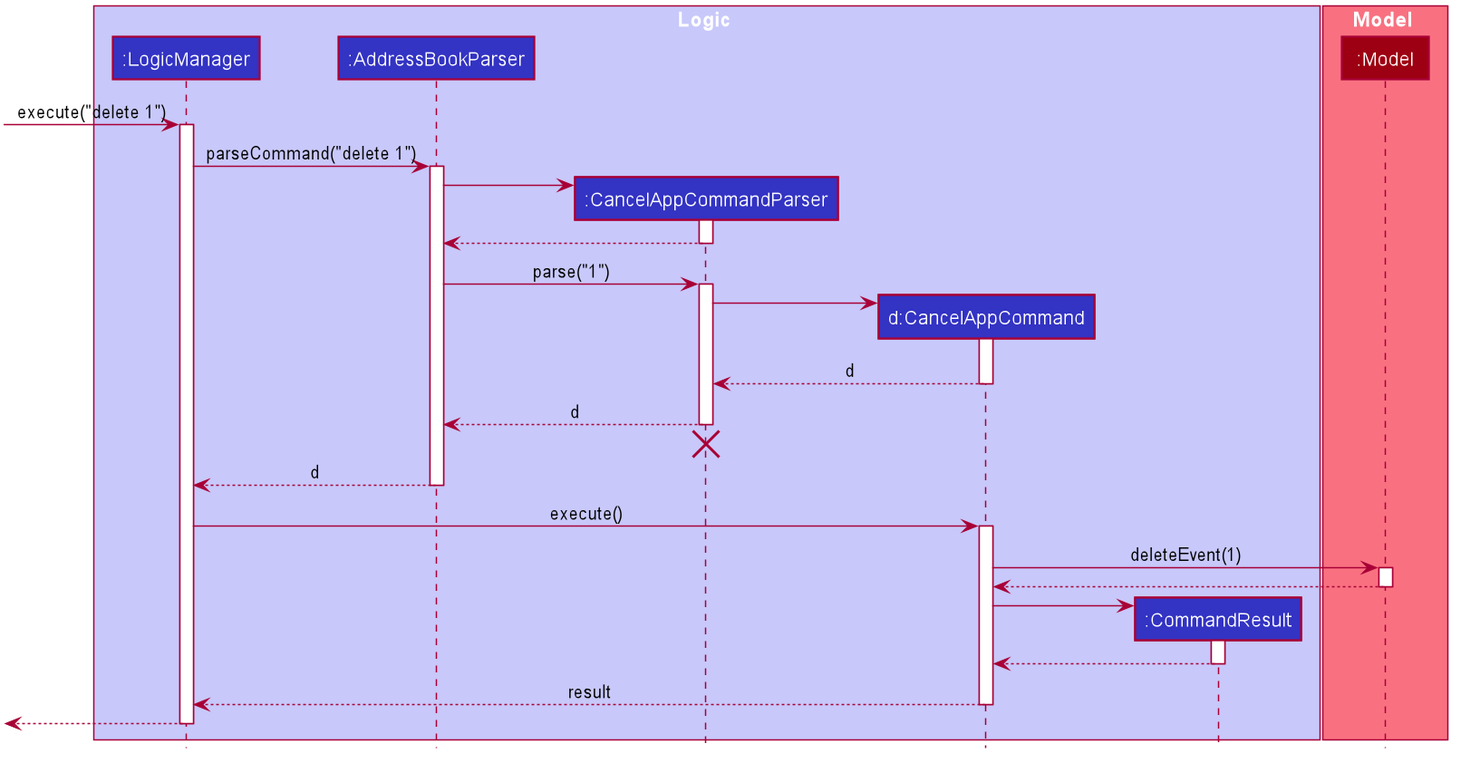
Before: docs/images/CancelAppointmentSequenceDiagram.png, a diagram exported from PlantUML (nus-cs2103-AY1920S1/addressbook-level3).
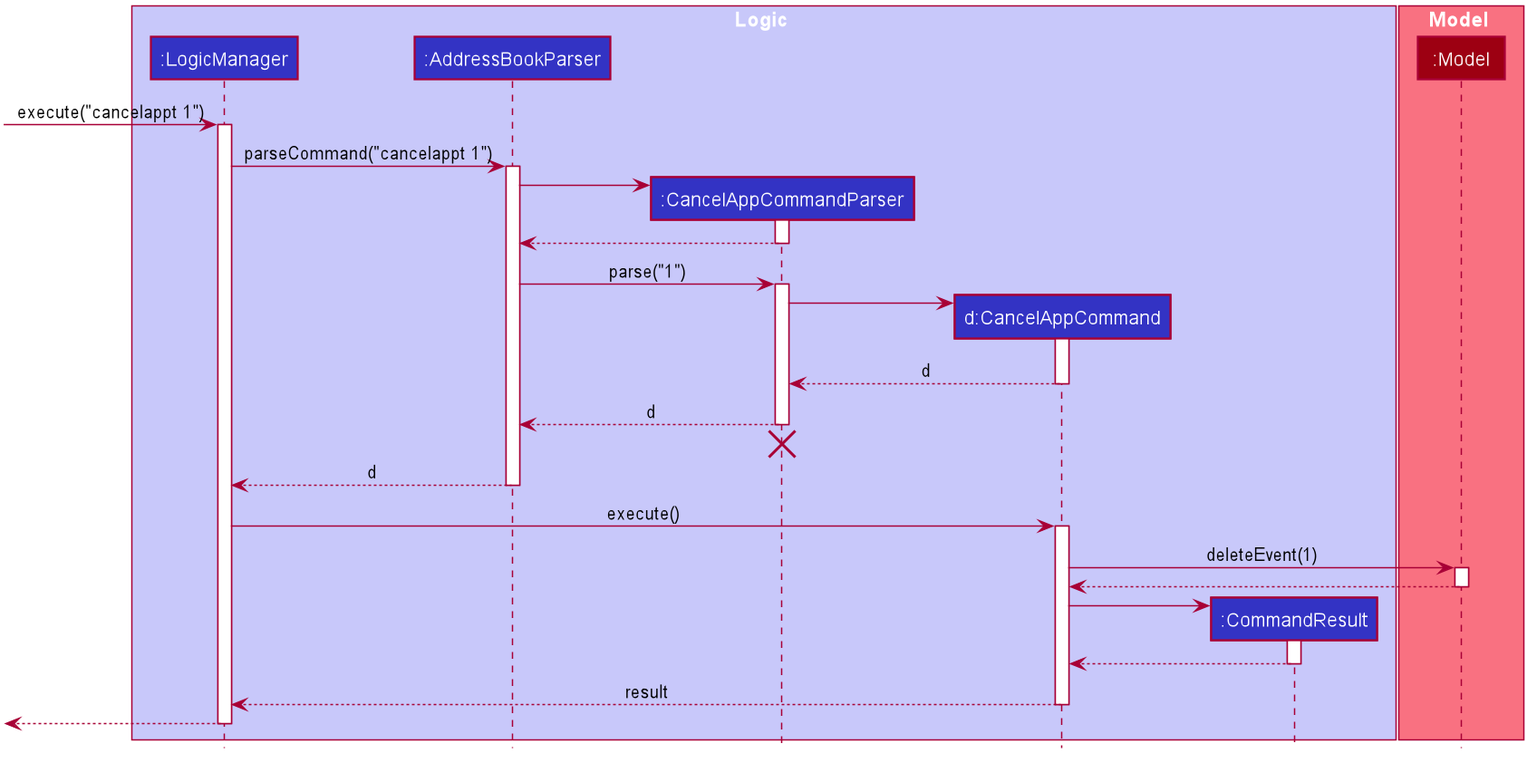
Above is the later version.

Change to the diagram source:
```diff
@@ -60,10 +60,10 @@
 participant ":Model" as Model #9D0012
 end box
 
-[-> LogicManager : execute("delete 1")
+[-> LogicManager : execute("cancelappt 1")
 activate LogicManager
 
-LogicManager -> AddressBookParser : parseCommand("delete 1")
+LogicManager -> AddressBookParser : parseCommand("cancelappt 1")
 activate AddressBookParser
 
 create CancelAppCommandParser
```
